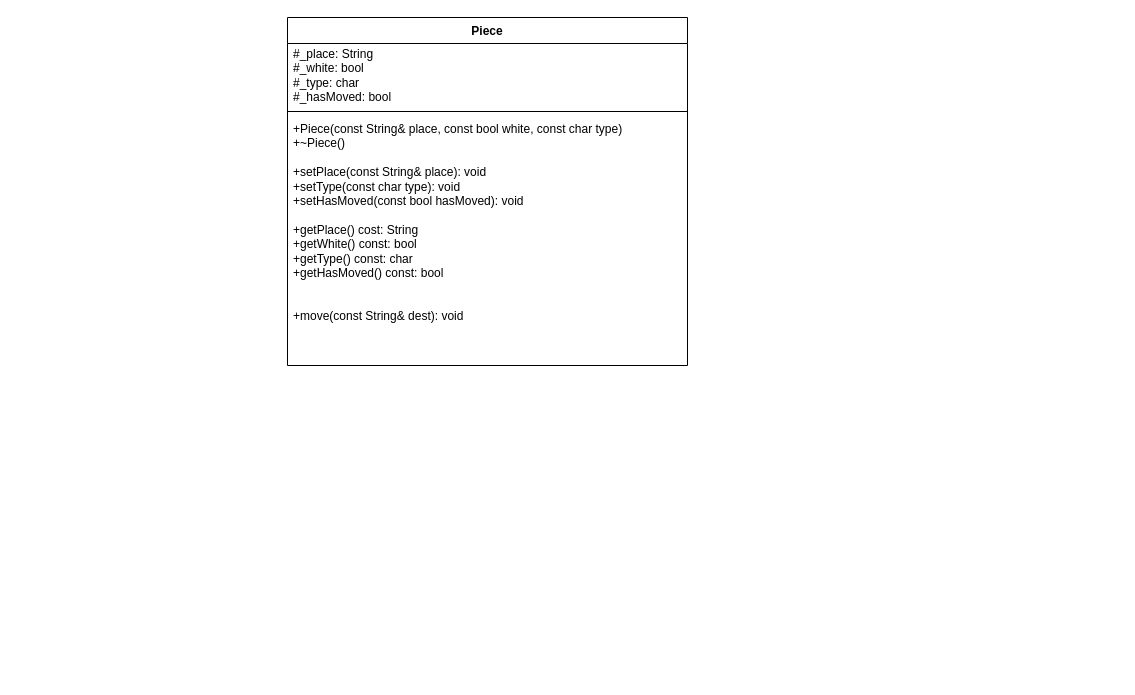
The draw.io diagram ChessUML.drawio in fdfdfddd121/ChessProj, before the edit. Source tidied: cells renumbered, new cells numbered last; positions are measured from the earlier drawing's top-left corner, leaving out a move shared by most shapes. Both pictures are drawn from the tidied source at 100%, with x=0, y=0 at pixel (287, 17).
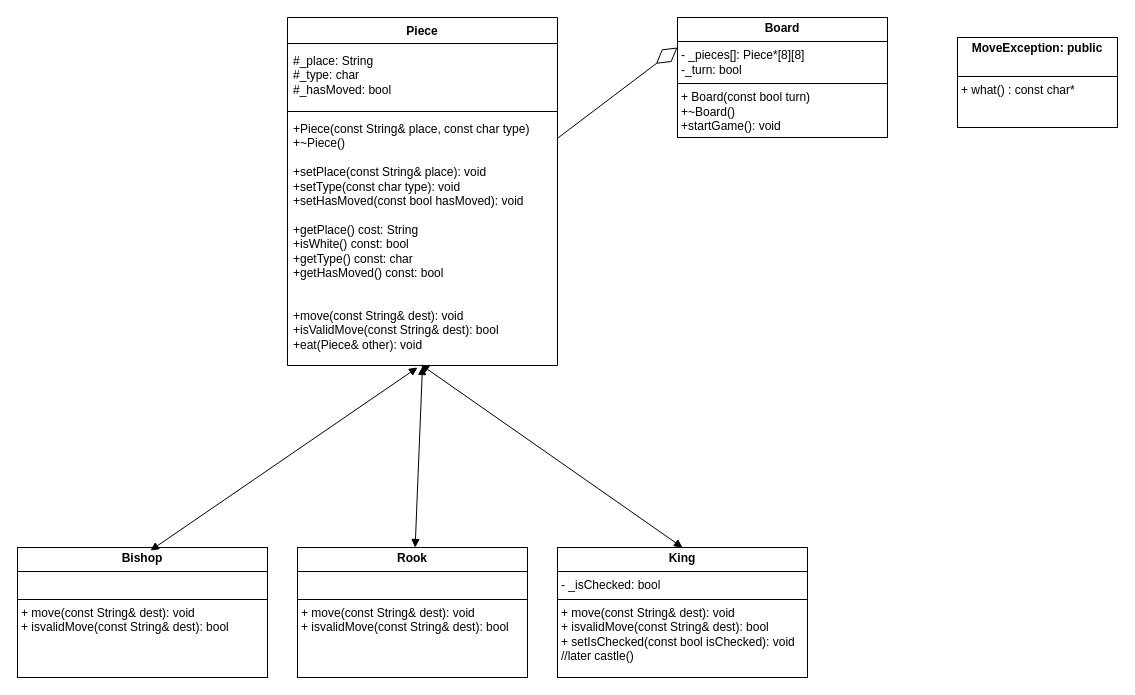
The same page after the edit.

The edit, as a diff of the source:
```diff
@@
 <mxGraphModel>
   <root>
     <mxCell id="0" />
     <mxCell id="1" parent="0" />
     <mxCell id="2" value="Piece" style="swimlane;fontStyle=1;align=center;verticalAlign=top;horizontal=1;startSize=26;whiteSpace=wrap;html=1;" parent="1" vertex="1">
-      <mxGeometry width="400" height="348" as="geometry" />
+      <mxGeometry width="270" height="348" as="geometry" />
     </mxCell>
-    <mxCell id="3" value="#_place: String&lt;div&gt;#&lt;span style=&quot;background-color: initial;&quot;&gt;_white&lt;/span&gt;&lt;span style=&quot;background-color: initial;&quot;&gt;: bool&lt;/span&gt;&lt;/div&gt;&lt;div&gt;#&lt;span style=&quot;background-color: initial;&quot;&gt;_type:&amp;nbsp;&lt;/span&gt;&lt;span style=&quot;background-color: initial;&quot;&gt;char&lt;/span&gt;&lt;/div&gt;&lt;div&gt;#&lt;span style=&quot;background-color: initial;&quot;&gt;_hasMoved:&amp;nbsp;&lt;/span&gt;&lt;span style=&quot;background-color: initial;&quot;&gt;bool&lt;/span&gt;&lt;/div&gt;" style="text;strokeColor=none;fillColor=none;align=left;verticalAlign=middle;spacingLeft=4;spacingRight=4;overflow=hidden;html=1;whiteSpace=wrap;labelBackgroundColor=none;" parent="2" vertex="1">
-      <mxGeometry y="26" width="400" height="64" as="geometry" />
+    <mxCell id="3" value="#_place: String&lt;div&gt;#&lt;span style=&quot;background-color: initial;&quot;&gt;_type:&amp;nbsp;&lt;/span&gt;&lt;span style=&quot;background-color: initial;&quot;&gt;char&lt;/span&gt;&lt;/div&gt;&lt;div&gt;#&lt;span style=&quot;background-color: initial;&quot;&gt;_hasMoved:&amp;nbsp;&lt;/span&gt;&lt;span style=&quot;background-color: initial;&quot;&gt;bool&lt;/span&gt;&lt;/div&gt;" style="text;strokeColor=none;fillColor=none;align=left;verticalAlign=middle;spacingLeft=4;spacingRight=4;overflow=hidden;html=1;whiteSpace=wrap;labelBackgroundColor=none;" parent="2" vertex="1">
+      <mxGeometry y="26" width="270" height="64" as="geometry" />
     </mxCell>
     <mxCell id="4" style="line;strokeWidth=1;fillColor=none;align=left;verticalAlign=middle;spacingTop=-1;spacingLeft=3;spacingRight=3;labelPosition=right;strokeColor=inherit;" parent="2" vertex="1">
-      <mxGeometry y="90" width="400" height="8" as="geometry" />
+      <mxGeometry y="90" width="270" height="8" as="geometry" />
     </mxCell>
-    <mxCell id="5" value="+Piece(const String&amp;amp; place, const bool white, const char type)&lt;div&gt;+~Piece()&lt;/div&gt;&lt;div&gt;&lt;br&gt;&lt;/div&gt;&lt;div&gt;+setPlace(const String&amp;amp; place):&amp;nbsp;&lt;span style=&quot;background-color: initial;&quot;&gt;void&lt;/span&gt;&lt;/div&gt;&lt;div&gt;&lt;span style=&quot;background-color: initial;&quot;&gt;+&lt;/span&gt;&lt;span style=&quot;background-color: initial;&quot;&gt;setType(const char type):&amp;nbsp;&lt;/span&gt;&lt;span style=&quot;background-color: initial;&quot;&gt;void&lt;/span&gt;&lt;/div&gt;&lt;div&gt;&lt;span style=&quot;background-color: initial;&quot;&gt;+&lt;/span&gt;&lt;span style=&quot;background-color: initial;&quot;&gt;setHasMoved(const bool hasMoved):&amp;nbsp;&lt;/span&gt;&lt;span style=&quot;background-color: initial;&quot;&gt;void&lt;/span&gt;&lt;/div&gt;&lt;div&gt;&lt;span style=&quot;background-color: initial;&quot;&gt;&lt;br&gt;&lt;/span&gt;&lt;/div&gt;&lt;div&gt;&lt;span style=&quot;background-color: initial;&quot;&gt;+getPlace() cost:&amp;nbsp;&lt;/span&gt;&lt;span style=&quot;background-color: initial;&quot;&gt;String&lt;/span&gt;&lt;/div&gt;&lt;div&gt;&lt;span style=&quot;background-color: initial;&quot;&gt;+getWhite() const:&amp;nbsp;&lt;/span&gt;&lt;span style=&quot;background-color: initial;&quot;&gt;bool&lt;/span&gt;&lt;/div&gt;&lt;div&gt;&lt;span style=&quot;background-color: initial;&quot;&gt;+getType() const:&amp;nbsp;&lt;/span&gt;&lt;span style=&quot;background-color: initial;&quot;&gt;char&lt;/span&gt;&lt;/div&gt;&lt;div&gt;&lt;span style=&quot;background-color: initial;&quot;&gt;+getHasMoved() const:&amp;nbsp;&lt;/span&gt;&lt;span style=&quot;background-color: initial;&quot;&gt;bool&lt;/span&gt;&lt;/div&gt;&lt;div&gt;&lt;span style=&quot;background-color: initial;&quot;&gt;&lt;br&gt;&lt;/span&gt;&lt;/div&gt;&lt;div&gt;&lt;span style=&quot;background-color: initial;&quot;&gt;&lt;br&gt;&lt;/span&gt;&lt;/div&gt;&lt;div&gt;&lt;span style=&quot;background-color: initial;&quot;&gt;+move(const String&amp;amp; dest): void&lt;/span&gt;&lt;/div&gt;&lt;div&gt;&lt;span style=&quot;background-color: initial;&quot;&gt;&lt;br&gt;&lt;/span&gt;&lt;/div&gt;&lt;div&gt;&lt;span style=&quot;background-color: initial;&quot;&gt;&lt;br&gt;&lt;/span&gt;&lt;/div&gt;" style="text;strokeColor=none;fillColor=none;align=left;verticalAlign=top;spacingLeft=4;spacingRight=4;overflow=hidden;points=[[0,0.5],[1,0.5]];portConstraint=eastwest;whiteSpace=wrap;html=1;" parent="2" vertex="1">
-      <mxGeometry y="98" width="400" height="250" as="geometry" />
+    <mxCell id="5" value="+Piece(const String&amp;amp; place, const char type)&lt;div&gt;+~Piece()&lt;/div&gt;&lt;div&gt;&lt;br&gt;&lt;/div&gt;&lt;div&gt;+setPlace(const String&amp;amp; place):&amp;nbsp;&lt;span style=&quot;background-color: initial;&quot;&gt;void&lt;/span&gt;&lt;/div&gt;&lt;div&gt;&lt;span style=&quot;background-color: initial;&quot;&gt;+&lt;/span&gt;&lt;span style=&quot;background-color: initial;&quot;&gt;setType(const char type):&amp;nbsp;&lt;/span&gt;&lt;span style=&quot;background-color: initial;&quot;&gt;void&lt;/span&gt;&lt;/div&gt;&lt;div&gt;&lt;span style=&quot;background-color: initial;&quot;&gt;+&lt;/span&gt;&lt;span style=&quot;background-color: initial;&quot;&gt;setHasMoved(const bool hasMoved):&amp;nbsp;&lt;/span&gt;&lt;span style=&quot;background-color: initial;&quot;&gt;void&lt;/span&gt;&lt;/div&gt;&lt;div&gt;&lt;span style=&quot;background-color: initial;&quot;&gt;&lt;br&gt;&lt;/span&gt;&lt;/div&gt;&lt;div&gt;&lt;span style=&quot;background-color: initial;&quot;&gt;+getPlace() cost:&amp;nbsp;&lt;/span&gt;&lt;span style=&quot;background-color: initial;&quot;&gt;String&lt;/span&gt;&lt;/div&gt;&lt;div&gt;&lt;span style=&quot;background-color: initial;&quot;&gt;+isWhite() const:&amp;nbsp;&lt;/span&gt;&lt;span style=&quot;background-color: initial;&quot;&gt;bool&lt;/span&gt;&lt;/div&gt;&lt;div&gt;&lt;span style=&quot;background-color: initial;&quot;&gt;+getType() const:&amp;nbsp;&lt;/span&gt;&lt;span style=&quot;background-color: initial;&quot;&gt;char&lt;/span&gt;&lt;/div&gt;&lt;div&gt;&lt;span style=&quot;background-color: initial;&quot;&gt;+getHasMoved() const:&amp;nbsp;&lt;/span&gt;&lt;span style=&quot;background-color: initial;&quot;&gt;bool&lt;/span&gt;&lt;/div&gt;&lt;div&gt;&lt;span style=&quot;background-color: initial;&quot;&gt;&lt;br&gt;&lt;/span&gt;&lt;/div&gt;&lt;div&gt;&lt;span style=&quot;background-color: initial;&quot;&gt;&lt;br&gt;&lt;/span&gt;&lt;/div&gt;&lt;div&gt;&lt;span style=&quot;background-color: initial;&quot;&gt;+move(const String&amp;amp; dest): void&lt;/span&gt;&lt;/div&gt;&lt;div&gt;&lt;span style=&quot;background-color: initial;&quot;&gt;+isValidMove(const String&amp;amp; dest): bool&lt;/span&gt;&lt;/div&gt;&lt;div&gt;&lt;span style=&quot;background-color: initial;&quot;&gt;+eat(Piece&amp;amp; other): void&lt;/span&gt;&lt;/div&gt;" style="text;strokeColor=none;fillColor=none;align=left;verticalAlign=top;spacingLeft=4;spacingRight=4;overflow=hidden;points=[[0,0.5],[1,0.5]];portConstraint=eastwest;whiteSpace=wrap;html=1;" parent="2" vertex="1">
+      <mxGeometry y="98" width="270" height="250" as="geometry" />
     </mxCell>
+    <mxCell id="6" value="&lt;p style=&quot;margin:0px;margin-top:4px;text-align:center;&quot;&gt;&lt;b&gt;Rook&lt;/b&gt;&lt;/p&gt;&lt;hr size=&quot;1&quot; style=&quot;border-style:solid;&quot;&gt;&lt;p style=&quot;margin:0px;margin-left:4px;&quot;&gt;&lt;br&gt;&lt;/p&gt;&lt;hr size=&quot;1&quot; style=&quot;border-style:solid;&quot;&gt;&lt;p style=&quot;margin:0px;margin-left:4px;&quot;&gt;+ move(const String&amp;amp; dest): void&lt;/p&gt;&lt;p style=&quot;margin:0px;margin-left:4px;&quot;&gt;+ isvalidMove(const String&amp;amp; dest): bool&lt;/p&gt;&lt;p style=&quot;margin:0px;margin-left:4px;&quot;&gt;&lt;br&gt;&lt;/p&gt;&lt;p style=&quot;margin:0px;margin-left:4px;&quot;&gt;&lt;br&gt;&lt;/p&gt;" style="verticalAlign=top;align=left;overflow=fill;html=1;whiteSpace=wrap;" parent="1" vertex="1">
+      <mxGeometry x="10" y="530" width="230" height="130" as="geometry" />
+    </mxCell>
+    <mxCell id="7" value="&lt;p style=&quot;margin:0px;margin-top:4px;text-align:center;&quot;&gt;&lt;b&gt;King&lt;/b&gt;&lt;/p&gt;&lt;hr size=&quot;1&quot; style=&quot;border-style:solid;&quot;&gt;&lt;p style=&quot;margin:0px;margin-left:4px;&quot;&gt;- _isChecked: bool&lt;/p&gt;&lt;hr size=&quot;1&quot; style=&quot;border-style:solid;&quot;&gt;&lt;p style=&quot;margin:0px;margin-left:4px;&quot;&gt;+ move(const String&amp;amp; dest): void&lt;/p&gt;&lt;p style=&quot;margin:0px;margin-left:4px;&quot;&gt;+ isvalidMove(const String&amp;amp; dest): bool&lt;/p&gt;&lt;p style=&quot;margin:0px;margin-left:4px;&quot;&gt;+ setIsChecked(const bool isChecked): void&lt;/p&gt;&lt;p style=&quot;margin:0px;margin-left:4px;&quot;&gt;//later castle()&lt;/p&gt;&lt;p style=&quot;margin:0px;margin-left:4px;&quot;&gt;&lt;br&gt;&lt;/p&gt;" style="verticalAlign=top;align=left;overflow=fill;html=1;whiteSpace=wrap;" parent="1" vertex="1">
+      <mxGeometry x="270" y="530" width="250" height="130" as="geometry" />
+    </mxCell>
+    <mxCell id="8" value="&lt;p style=&quot;margin:0px;margin-top:4px;text-align:center;&quot;&gt;&lt;b&gt;Board&lt;/b&gt;&lt;/p&gt;&lt;hr size=&quot;1&quot; style=&quot;border-style:solid;&quot;&gt;&lt;p style=&quot;margin:0px;margin-left:4px;&quot;&gt;- _pieces[]: Piece*[8][8]&lt;/p&gt;&lt;p style=&quot;margin:0px;margin-left:4px;&quot;&gt;-_turn: bool&lt;/p&gt;&lt;hr size=&quot;1&quot; style=&quot;border-style:solid;&quot;&gt;&lt;p style=&quot;margin:0px;margin-left:4px;&quot;&gt;+ Board(const bool turn)&lt;/p&gt;&lt;p style=&quot;margin:0px;margin-left:4px;&quot;&gt;+~Board()&lt;/p&gt;&lt;p style=&quot;margin:0px;margin-left:4px;&quot;&gt;+startGame(): void&lt;/p&gt;" style="verticalAlign=top;align=left;overflow=fill;html=1;whiteSpace=wrap;" parent="1" vertex="1">
+      <mxGeometry x="390" width="210" height="120" as="geometry" />
+    </mxCell>
+    <mxCell id="9" style="endArrow=diamondThin;endFill=0;endSize=24;html=1;rounded=0;entryX=0;entryY=0.25;entryDx=0;entryDy=0;" parent="1" edge="1" source="5" target="8">
+      <mxGeometry relative="1" as="geometry" />
+    </mxCell>
+    <mxCell id="10" style="endArrow=block;startArrow=block;endFill=1;startFill=1;html=1;rounded=0;entryX=0.5;entryY=1.004;entryDx=0;entryDy=0;entryPerimeter=0;" parent="1" edge="1" source="6" target="5">
+      <mxGeometry relative="1" as="geometry" />
+    </mxCell>
+    <mxCell id="11" value="&lt;p style=&quot;margin:0px;margin-top:4px;text-align:center;&quot;&gt;&lt;b&gt;MoveException: public&lt;/b&gt;&lt;/p&gt;&lt;p style=&quot;margin:0px;margin-left:4px;&quot;&gt;&lt;br&gt;&lt;/p&gt;&lt;hr size=&quot;1&quot; style=&quot;border-style:solid;&quot;&gt;&lt;p style=&quot;margin:0px;margin-left:4px;&quot;&gt;+ what() : const char*&lt;/p&gt;" style="verticalAlign=top;align=left;overflow=fill;html=1;whiteSpace=wrap;" parent="1" vertex="1">
+      <mxGeometry x="670" y="20" width="160" height="90" as="geometry" />
+    </mxCell>
+    <mxCell id="12" value="&lt;p style=&quot;margin:0px;margin-top:4px;text-align:center;&quot;&gt;&lt;b&gt;Bishop&lt;/b&gt;&lt;/p&gt;&lt;hr size=&quot;1&quot; style=&quot;border-style:solid;&quot;&gt;&lt;p style=&quot;margin:0px;margin-left:4px;&quot;&gt;&lt;br&gt;&lt;/p&gt;&lt;hr size=&quot;1&quot; style=&quot;border-style:solid;&quot;&gt;&lt;p style=&quot;margin:0px;margin-left:4px;&quot;&gt;+ move(const String&amp;amp; dest): void&lt;/p&gt;&lt;p style=&quot;margin:0px;margin-left:4px;&quot;&gt;+ isvalidMove(const String&amp;amp; dest): bool&lt;/p&gt;" style="verticalAlign=top;align=left;overflow=fill;html=1;whiteSpace=wrap;" parent="1" vertex="1">
+      <mxGeometry x="-270" y="530" width="250" height="130" as="geometry" />
+    </mxCell>
+    <mxCell id="13" style="endArrow=block;startArrow=block;endFill=1;startFill=1;html=1;rounded=0;entryX=0.493;entryY=0.996;entryDx=0;entryDy=0;entryPerimeter=0;exitX=0.5;exitY=0;exitDx=0;exitDy=0;" parent="1" edge="1" source="7" target="5">
+      <mxGeometry relative="1" as="geometry" />
+    </mxCell>
+    <mxCell id="14" style="endArrow=block;startArrow=block;endFill=1;startFill=1;html=1;rounded=0;exitX=0.532;exitY=0.023;exitDx=0;exitDy=0;exitPerimeter=0;" parent="1" edge="1" source="12">
+      <mxGeometry relative="1" as="geometry">
+        <mxPoint x="130" y="350" as="targetPoint" />
+      </mxGeometry>
+    </mxCell>
   </root>
 </mxGraphModel>
```
